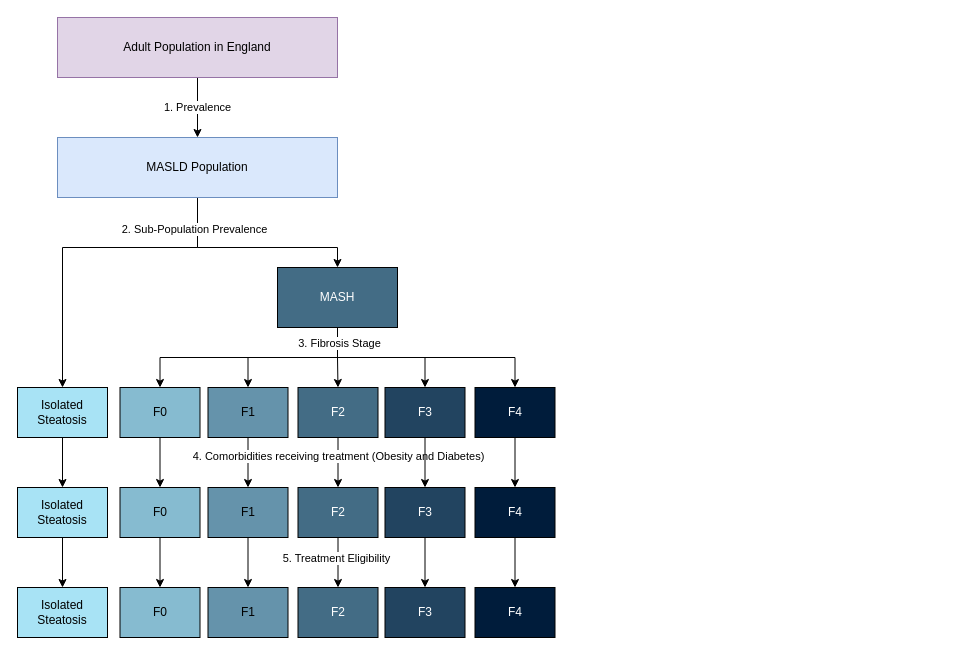
Above: documentation/specification/masld_treatment_modelling_plan.drawio in NHS-Transformation-Unit/masld_treatments_model (draw.io), before the change. Source tidied: cells renumbered, new cells numbered last; positions are measured from the earlier drawing's top-left corner, leaving out a move shared by most shapes. Both pictures are drawn from the tidied source at 100%, with x=0, y=0 at pixel (17, 17).
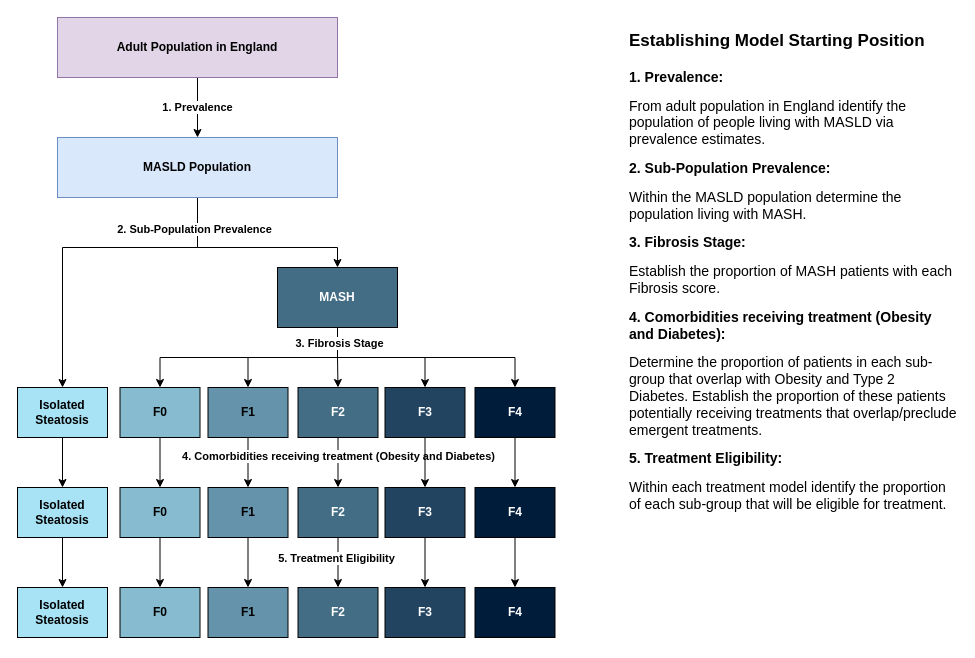
The same diagram, later.

What changed in the source:
```diff
@@
-    <mxCell id="2" value="1. Prevalence" style="edgeStyle=orthogonalEdgeStyle;rounded=0;jettySize=auto;html=1;" parent="1" edge="1" source="3" target="7">
+    <mxCell id="2" value="1. Prevalence" style="edgeStyle=orthogonalEdgeStyle;rounded=0;jettySize=auto;html=1;fontStyle=1;" parent="1" edge="1" source="3" target="7">
       <mxGeometry relative="1" as="geometry" />
     </mxCell>
-    <mxCell id="3" value="Adult Population in England" style="rounded=0;whiteSpace=wrap;html=1;fillColor=#e1d5e7;strokeColor=#9673a6;" parent="1" vertex="1">
+    <mxCell id="3" value="Adult Population in England" style="rounded=0;whiteSpace=wrap;html=1;fillColor=#e1d5e7;strokeColor=#9673a6;fontStyle=1;" parent="1" vertex="1">
       <mxGeometry x="40" width="280" height="60" as="geometry" />
     </mxCell>
-    <mxCell id="4" style="edgeStyle=orthogonalEdgeStyle;rounded=0;jettySize=auto;html=1;entryX=0.5;entryY=0;entryDx=0;entryDy=0;" parent="1" edge="1" source="7" target="16">
+    <mxCell id="4" style="edgeStyle=orthogonalEdgeStyle;rounded=0;jettySize=auto;html=1;entryX=0.5;entryY=0;entryDx=0;entryDy=0;fontStyle=1;" parent="1" edge="1" source="7" target="16">
       <mxGeometry relative="1" as="geometry">
         <Array as="points">
           <mxPoint x="180" y="230" />
           <mxPoint x="320" y="230" />
         </Array>
       </mxGeometry>
     </mxCell>
-    <mxCell id="5" style="edgeStyle=orthogonalEdgeStyle;rounded=0;jettySize=auto;html=1;entryX=0.5;entryY=0;entryDx=0;entryDy=0;" parent="1" edge="1" source="7" target="9">
+    <mxCell id="5" style="edgeStyle=orthogonalEdgeStyle;rounded=0;jettySize=auto;html=1;entryX=0.5;entryY=0;entryDx=0;entryDy=0;fontStyle=1;" parent="1" edge="1" source="7" target="9">
       <mxGeometry relative="1" as="geometry">
         <Array as="points">
           <mxPoint x="180" y="230" />
           <mxPoint x="45" y="230" />
         </Array>
       </mxGeometry>
     </mxCell>
-    <mxCell id="6" value="2. Sub-Population Prevalence" style="edgeLabel;html=1;align=center;verticalAlign=middle;" parent="5" vertex="1">
+    <mxCell id="6" value="2. Sub-Population Prevalence" style="edgeLabel;html=1;align=center;verticalAlign=middle;fontStyle=1;" parent="5" vertex="1">
       <mxGeometry x="-0.81" y="-4" relative="1" as="geometry" />
     </mxCell>
-    <mxCell id="7" value="MASLD Population" style="rounded=0;whiteSpace=wrap;html=1;fillColor=#dae8fc;strokeColor=#6c8ebf;" parent="1" vertex="1">
+    <mxCell id="7" value="MASLD Population" style="rounded=0;whiteSpace=wrap;html=1;fillColor=#dae8fc;strokeColor=#6c8ebf;fontStyle=1;" parent="1" vertex="1">
       <mxGeometry x="40" y="120" width="280" height="60" as="geometry" />
     </mxCell>
-    <mxCell id="8" style="edgeStyle=orthogonalEdgeStyle;rounded=0;jettySize=auto;html=1;entryX=0.5;entryY=0;entryDx=0;entryDy=0;" parent="1" edge="1" source="9" target="29">
+    <mxCell id="8" style="edgeStyle=orthogonalEdgeStyle;rounded=0;jettySize=auto;html=1;entryX=0.5;entryY=0;entryDx=0;entryDy=0;fontStyle=1;" parent="1" edge="1" source="9" target="29">
       <mxGeometry relative="1" as="geometry" />
     </mxCell>
-    <mxCell id="9" value="Isolated Steatosis" style="rounded=0;whiteSpace=wrap;html=1;fillColor=#A8E3F5;" parent="1" vertex="1">
+    <mxCell id="9" value="Isolated Steatosis" style="rounded=0;whiteSpace=wrap;html=1;fillColor=#A8E3F5;fontStyle=1;" parent="1" vertex="1">
       <mxGeometry y="370" width="90" height="50" as="geometry" />
     </mxCell>
-    <mxCell id="10" style="edgeStyle=orthogonalEdgeStyle;rounded=0;jettySize=auto;html=1;entryX=0.5;entryY=0;entryDx=0;entryDy=0;" parent="1" edge="1" source="16" target="23">
+    <mxCell id="10" style="edgeStyle=orthogonalEdgeStyle;rounded=0;jettySize=auto;html=1;entryX=0.5;entryY=0;entryDx=0;entryDy=0;fontStyle=1;" parent="1" edge="1" source="16" target="23">
       <mxGeometry relative="1" as="geometry" />
     </mxCell>
-    <mxCell id="11" style="edgeStyle=orthogonalEdgeStyle;rounded=0;jettySize=auto;html=1;entryX=0.5;entryY=0;entryDx=0;entryDy=0;" parent="1" edge="1" source="16" target="25">
+    <mxCell id="11" style="edgeStyle=orthogonalEdgeStyle;rounded=0;jettySize=auto;html=1;entryX=0.5;entryY=0;entryDx=0;entryDy=0;fontStyle=1;" parent="1" edge="1" source="16" target="25">
       <mxGeometry relative="1" as="geometry" />
     </mxCell>
-    <mxCell id="12" style="edgeStyle=orthogonalEdgeStyle;rounded=0;jettySize=auto;html=1;entryX=0.5;entryY=0;entryDx=0;entryDy=0;exitX=0.5;exitY=1;exitDx=0;exitDy=0;" parent="1" edge="1" source="16" target="27">
+    <mxCell id="12" style="edgeStyle=orthogonalEdgeStyle;rounded=0;jettySize=auto;html=1;entryX=0.5;entryY=0;entryDx=0;entryDy=0;exitX=0.5;exitY=1;exitDx=0;exitDy=0;fontStyle=1;" parent="1" edge="1" source="16" target="27">
       <mxGeometry relative="1" as="geometry" />
     </mxCell>
-    <mxCell id="13" style="edgeStyle=orthogonalEdgeStyle;rounded=0;jettySize=auto;html=1;entryX=0.5;entryY=0;entryDx=0;entryDy=0;" parent="1" edge="1" source="16" target="20">
+    <mxCell id="13" style="edgeStyle=orthogonalEdgeStyle;rounded=0;jettySize=auto;html=1;entryX=0.5;entryY=0;entryDx=0;entryDy=0;fontStyle=1;" parent="1" edge="1" source="16" target="20">
       <mxGeometry relative="1" as="geometry" />
     </mxCell>
-    <mxCell id="14" style="edgeStyle=orthogonalEdgeStyle;rounded=0;jettySize=auto;html=1;entryX=0.5;entryY=0;entryDx=0;entryDy=0;exitX=0.5;exitY=1;exitDx=0;exitDy=0;" parent="1" edge="1" source="16" target="18">
+    <mxCell id="14" style="edgeStyle=orthogonalEdgeStyle;rounded=0;jettySize=auto;html=1;entryX=0.5;entryY=0;entryDx=0;entryDy=0;exitX=0.5;exitY=1;exitDx=0;exitDy=0;fontStyle=1;" parent="1" edge="1" source="16" target="18">
       <mxGeometry relative="1" as="geometry" />
     </mxCell>
-    <mxCell id="15" value="3. Fibrosis Stage" style="edgeLabel;html=1;align=center;verticalAlign=middle;" parent="14" vertex="1">
+    <mxCell id="15" value="3. Fibrosis Stage" style="edgeLabel;html=1;align=center;verticalAlign=middle;fontStyle=1;" parent="14" vertex="1">
       <mxGeometry x="-0.87" y="1" relative="1" as="geometry" />
     </mxCell>
-    <mxCell id="16" value="MASH" style="rounded=0;whiteSpace=wrap;html=1;fillColor=#436C85;fontColor=#FFFFFF;" parent="1" vertex="1">
+    <mxCell id="16" value="MASH" style="rounded=0;whiteSpace=wrap;html=1;fillColor=#436C85;fontColor=#FFFFFF;fontStyle=1;" parent="1" vertex="1">
       <mxGeometry x="260" y="250" width="120" height="60" as="geometry" />
     </mxCell>
-    <mxCell id="17" style="edgeStyle=orthogonalEdgeStyle;rounded=0;jettySize=auto;html=1;entryX=0.5;entryY=0;entryDx=0;entryDy=0;" parent="1" edge="1" source="18" target="31">
+    <mxCell id="17" style="edgeStyle=orthogonalEdgeStyle;rounded=0;jettySize=auto;html=1;entryX=0.5;entryY=0;entryDx=0;entryDy=0;fontStyle=1;" parent="1" edge="1" source="18" target="31">
       <mxGeometry relative="1" as="geometry" />
     </mxCell>
-    <mxCell id="18" value="F0" style="rounded=0;whiteSpace=wrap;html=1;fillColor=#86BBD0;" parent="1" vertex="1">
+    <mxCell id="18" value="F0" style="rounded=0;whiteSpace=wrap;html=1;fillColor=#86BBD0;fontStyle=1;" parent="1" vertex="1">
       <mxGeometry x="102.5" y="370" width="80" height="50" as="geometry" />
     </mxCell>
-    <mxCell id="19" style="edgeStyle=orthogonalEdgeStyle;rounded=0;jettySize=auto;html=1;entryX=0.5;entryY=0;entryDx=0;entryDy=0;" parent="1" edge="1" source="20" target="33">
+    <mxCell id="19" style="edgeStyle=orthogonalEdgeStyle;rounded=0;jettySize=auto;html=1;entryX=0.5;entryY=0;entryDx=0;entryDy=0;fontStyle=1;" parent="1" edge="1" source="20" target="33">
       <mxGeometry relative="1" as="geometry" />
     </mxCell>
-    <mxCell id="20" value="F1" style="rounded=0;whiteSpace=wrap;html=1;fillColor=#6593AB;" parent="1" vertex="1">
+    <mxCell id="20" value="F1" style="rounded=0;whiteSpace=wrap;html=1;fillColor=#6593AB;fontStyle=1;" parent="1" vertex="1">
       <mxGeometry x="190.5" y="370" width="80" height="50" as="geometry" />
     </mxCell>
-    <mxCell id="21" style="edgeStyle=orthogonalEdgeStyle;rounded=0;jettySize=auto;html=1;entryX=0.5;entryY=0;entryDx=0;entryDy=0;" parent="1" edge="1" source="23" target="36">
+    <mxCell id="21" style="edgeStyle=orthogonalEdgeStyle;rounded=0;jettySize=auto;html=1;entryX=0.5;entryY=0;entryDx=0;entryDy=0;fontStyle=1;" parent="1" edge="1" source="23" target="36">
       <mxGeometry relative="1" as="geometry" />
     </mxCell>
-    <mxCell id="22" value="4. Comorbidities receiving treatment (Obesity and Diabetes)" style="edgeLabel;html=1;align=center;verticalAlign=middle;" parent="21" vertex="1">
+    <mxCell id="22" value="4. Comorbidities receiving treatment (Obesity and Diabetes)" style="edgeLabel;html=1;align=center;verticalAlign=middle;fontStyle=1;" parent="21" vertex="1">
       <mxGeometry x="-0.28" y="1" relative="1" as="geometry">
         <mxPoint x="-1" as="offset" />
       </mxGeometry>
     </mxCell>
-    <mxCell id="23" value="F2" style="rounded=0;whiteSpace=wrap;html=1;fillColor=#436C85;fontColor=#FFFFFF;" parent="1" vertex="1">
+    <mxCell id="23" value="F2" style="rounded=0;whiteSpace=wrap;html=1;fillColor=#436C85;fontColor=#FFFFFF;fontStyle=1;" parent="1" vertex="1">
       <mxGeometry x="280.5" y="370" width="80" height="50" as="geometry" />
     </mxCell>
-    <mxCell id="24" style="edgeStyle=orthogonalEdgeStyle;rounded=0;jettySize=auto;html=1;entryX=0.5;entryY=0;entryDx=0;entryDy=0;" parent="1" edge="1" source="25" target="38">
+    <mxCell id="24" style="edgeStyle=orthogonalEdgeStyle;rounded=0;jettySize=auto;html=1;entryX=0.5;entryY=0;entryDx=0;entryDy=0;fontStyle=1;" parent="1" edge="1" source="25" target="38">
       <mxGeometry relative="1" as="geometry" />
     </mxCell>
-    <mxCell id="25" value="F3" style="rounded=0;whiteSpace=wrap;html=1;fillColor=#224460;fontColor=#FFFFFF;" parent="1" vertex="1">
+    <mxCell id="25" value="F3" style="rounded=0;whiteSpace=wrap;html=1;fillColor=#224460;fontColor=#FFFFFF;fontStyle=1;" parent="1" vertex="1">
       <mxGeometry x="367.5" y="370" width="80" height="50" as="geometry" />
     </mxCell>
-    <mxCell id="26" style="edgeStyle=orthogonalEdgeStyle;rounded=0;jettySize=auto;html=1;entryX=0.5;entryY=0;entryDx=0;entryDy=0;" parent="1" edge="1" source="27" target="40">
+    <mxCell id="26" style="edgeStyle=orthogonalEdgeStyle;rounded=0;jettySize=auto;html=1;entryX=0.5;entryY=0;entryDx=0;entryDy=0;fontStyle=1;" parent="1" edge="1" source="27" target="40">
       <mxGeometry relative="1" as="geometry" />
     </mxCell>
-    <mxCell id="27" value="F4" style="rounded=0;whiteSpace=wrap;html=1;fillColor=#001C3B;fontColor=#FFFFFF;" parent="1" vertex="1">
+    <mxCell id="27" value="F4" style="rounded=0;whiteSpace=wrap;html=1;fillColor=#001C3B;fontColor=#FFFFFF;fontStyle=1;" parent="1" vertex="1">
       <mxGeometry x="457.5" y="370" width="80" height="50" as="geometry" />
     </mxCell>
-    <mxCell id="28" style="edgeStyle=orthogonalEdgeStyle;rounded=0;jettySize=auto;html=1;" parent="1" edge="1" source="29" target="41">
+    <mxCell id="28" style="edgeStyle=orthogonalEdgeStyle;rounded=0;jettySize=auto;html=1;fontStyle=1;" parent="1" edge="1" source="29" target="41">
       <mxGeometry relative="1" as="geometry" />
     </mxCell>
-    <mxCell id="29" value="Isolated Steatosis" style="rounded=0;whiteSpace=wrap;html=1;fillColor=#A8E3F5;" parent="1" vertex="1">
+    <mxCell id="29" value="Isolated Steatosis" style="rounded=0;whiteSpace=wrap;html=1;fillColor=#A8E3F5;fontStyle=1;" parent="1" vertex="1">
       <mxGeometry y="470" width="90" height="50" as="geometry" />
     </mxCell>
-    <mxCell id="30" style="edgeStyle=orthogonalEdgeStyle;rounded=0;jettySize=auto;html=1;" parent="1" edge="1" source="31" target="42">
+    <mxCell id="30" style="edgeStyle=orthogonalEdgeStyle;rounded=0;jettySize=auto;html=1;fontStyle=1;" parent="1" edge="1" source="31" target="42">
       <mxGeometry relative="1" as="geometry" />
     </mxCell>
-    <mxCell id="31" value="F0" style="rounded=0;whiteSpace=wrap;html=1;fillColor=#86BBD0;" parent="1" vertex="1">
+    <mxCell id="31" value="F0" style="rounded=0;whiteSpace=wrap;html=1;fillColor=#86BBD0;fontStyle=1;" parent="1" vertex="1">
       <mxGeometry x="102.5" y="470" width="80" height="50" as="geometry" />
     </mxCell>
-    <mxCell id="32" style="edgeStyle=orthogonalEdgeStyle;rounded=0;jettySize=auto;html=1;" parent="1" edge="1" source="33" target="43">
+    <mxCell id="32" style="edgeStyle=orthogonalEdgeStyle;rounded=0;jettySize=auto;html=1;fontStyle=1;" parent="1" edge="1" source="33" target="43">
       <mxGeometry relative="1" as="geometry" />
     </mxCell>
-    <mxCell id="33" value="F1" style="rounded=0;whiteSpace=wrap;html=1;fillColor=#6593AB;" parent="1" vertex="1">
+    <mxCell id="33" value="F1" style="rounded=0;whiteSpace=wrap;html=1;fillColor=#6593AB;fontStyle=1;" parent="1" vertex="1">
       <mxGeometry x="190.5" y="470" width="80" height="50" as="geometry" />
     </mxCell>
-    <mxCell id="34" style="edgeStyle=orthogonalEdgeStyle;rounded=0;jettySize=auto;html=1;" parent="1" edge="1" source="36" target="44">
+    <mxCell id="34" style="edgeStyle=orthogonalEdgeStyle;rounded=0;jettySize=auto;html=1;fontStyle=1;" parent="1" edge="1" source="36" target="44">
       <mxGeometry relative="1" as="geometry" />
     </mxCell>
-    <mxCell id="35" value="5. Treatment Eligibility" style="edgeLabel;html=1;align=center;verticalAlign=middle;" parent="34" vertex="1">
+    <mxCell id="35" value="5. Treatment Eligibility" style="edgeLabel;html=1;align=center;verticalAlign=middle;fontStyle=1;" parent="34" vertex="1">
       <mxGeometry x="-0.2" y="-2" relative="1" as="geometry" />
     </mxCell>
-    <mxCell id="36" value="F2" style="rounded=0;whiteSpace=wrap;html=1;fillColor=#436C85;fontColor=#FFFFFF;" parent="1" vertex="1">
+    <mxCell id="36" value="F2" style="rounded=0;whiteSpace=wrap;html=1;fillColor=#436C85;fontColor=#FFFFFF;fontStyle=1;" parent="1" vertex="1">
       <mxGeometry x="280.5" y="470" width="80" height="50" as="geometry" />
     </mxCell>
-    <mxCell id="37" style="edgeStyle=orthogonalEdgeStyle;rounded=0;jettySize=auto;html=1;" parent="1" edge="1" source="38" target="45">
+    <mxCell id="37" style="edgeStyle=orthogonalEdgeStyle;rounded=0;jettySize=auto;html=1;fontStyle=1;" parent="1" edge="1" source="38" target="45">
       <mxGeometry relative="1" as="geometry" />
     </mxCell>
-    <mxCell id="38" value="F3" style="rounded=0;whiteSpace=wrap;html=1;fillColor=#224460;fontColor=#FFFFFF;" parent="1" vertex="1">
+    <mxCell id="38" value="F3" style="rounded=0;whiteSpace=wrap;html=1;fillColor=#224460;fontColor=#FFFFFF;fontStyle=1;" parent="1" vertex="1">
       <mxGeometry x="367.5" y="470" width="80" height="50" as="geometry" />
     </mxCell>
-    <mxCell id="39" style="edgeStyle=orthogonalEdgeStyle;rounded=0;jettySize=auto;html=1;" parent="1" edge="1" source="40" target="46">
+    <mxCell id="39" style="edgeStyle=orthogonalEdgeStyle;rounded=0;jettySize=auto;html=1;fontStyle=1;" parent="1" edge="1" source="40" target="46">
       <mxGeometry relative="1" as="geometry" />
     </mxCell>
-    <mxCell id="40" value="F4" style="rounded=0;whiteSpace=wrap;html=1;fillColor=#001C3B;fontColor=#FFFFFF;" parent="1" vertex="1">
+    <mxCell id="40" value="F4" style="rounded=0;whiteSpace=wrap;html=1;fillColor=#001C3B;fontColor=#FFFFFF;fontStyle=1;" parent="1" vertex="1">
       <mxGeometry x="457.5" y="470" width="80" height="50" as="geometry" />
     </mxCell>
-    <mxCell id="41" value="Isolated Steatosis" style="rounded=0;whiteSpace=wrap;html=1;fillColor=#A8E3F5;" parent="1" vertex="1">
+    <mxCell id="41" value="Isolated Steatosis" style="rounded=0;whiteSpace=wrap;html=1;fillColor=#A8E3F5;fontStyle=1;" parent="1" vertex="1">
       <mxGeometry y="570" width="90" height="50" as="geometry" />
     </mxCell>
-    <mxCell id="42" value="F0" style="rounded=0;whiteSpace=wrap;html=1;fillColor=#86BBD0;" parent="1" vertex="1">
+    <mxCell id="42" value="F0" style="rounded=0;whiteSpace=wrap;html=1;fillColor=#86BBD0;fontStyle=1;" parent="1" vertex="1">
       <mxGeometry x="102.5" y="570" width="80" height="50" as="geometry" />
     </mxCell>
-    <mxCell id="43" value="F1" style="rounded=0;whiteSpace=wrap;html=1;fillColor=#6593AB;" parent="1" vertex="1">
+    <mxCell id="43" value="F1" style="rounded=0;whiteSpace=wrap;html=1;fillColor=#6593AB;fontStyle=1;" parent="1" vertex="1">
       <mxGeometry x="190.5" y="570" width="80" height="50" as="geometry" />
     </mxCell>
-    <mxCell id="44" value="F2" style="rounded=0;whiteSpace=wrap;html=1;fillColor=#436C85;fontColor=#FFFFFF;" parent="1" vertex="1">
+    <mxCell id="44" value="F2" style="rounded=0;whiteSpace=wrap;html=1;fillColor=#436C85;fontColor=#FFFFFF;fontStyle=1;" parent="1" vertex="1">
       <mxGeometry x="280.5" y="570" width="80" height="50" as="geometry" />
     </mxCell>
-    <mxCell id="45" value="F3" style="rounded=0;whiteSpace=wrap;html=1;fillColor=#224460;fontColor=#FFFFFF;" parent="1" vertex="1">
+    <mxCell id="45" value="F3" style="rounded=0;whiteSpace=wrap;html=1;fillColor=#224460;fontColor=#FFFFFF;fontStyle=1;" parent="1" vertex="1">
       <mxGeometry x="367.5" y="570" width="80" height="50" as="geometry" />
     </mxCell>
-    <mxCell id="46" value="F4" style="rounded=0;whiteSpace=wrap;html=1;fillColor=#001C3B;fontColor=#FFFFFF;" parent="1" vertex="1">
+    <mxCell id="46" value="F4" style="rounded=0;whiteSpace=wrap;html=1;fillColor=#001C3B;fontColor=#FFFFFF;fontStyle=1;" parent="1" vertex="1">
       <mxGeometry x="457.5" y="570" width="80" height="50" as="geometry" />
     </mxCell>
+    <mxCell id="47" value="&lt;h1 style=&quot;margin-top: 0px;&quot;&gt;&lt;font style=&quot;font-size: 17px;&quot;&gt;Establishing Model Starting Position&lt;/font&gt;&lt;/h1&gt;&lt;p&gt;&lt;b&gt;&lt;font style=&quot;font-size: 14px;&quot;&gt;1. Prevalence:&lt;/font&gt;&lt;/b&gt;&lt;/p&gt;&lt;p&gt;&lt;font style=&quot;font-size: 14px;&quot;&gt;From adult population in England identify the population of people living with MASLD via prevalence estimates.&lt;/font&gt;&lt;/p&gt;&lt;p&gt;&lt;b&gt;&lt;font style=&quot;font-size: 14px;&quot;&gt;2. Sub-Population Prevalence:&lt;/font&gt;&lt;/b&gt;&lt;/p&gt;&lt;p&gt;&lt;font style=&quot;font-size: 14px;&quot;&gt;Within the MASLD population determine the population living with MASH.&lt;/font&gt;&lt;/p&gt;&lt;p&gt;&lt;b&gt;&lt;font style=&quot;font-size: 14px;&quot;&gt;3. Fibrosis Stage:&lt;/font&gt;&lt;/b&gt;&lt;/p&gt;&lt;p&gt;&lt;font style=&quot;font-size: 14px;&quot;&gt;Establish the proportion of MASH patients with each Fibrosis score.&lt;/font&gt;&lt;/p&gt;&lt;p&gt;&lt;b&gt;&lt;font style=&quot;font-size: 14px;&quot;&gt;4. Comorbidities receiving treatment (Obesity and Diabetes):&lt;/font&gt;&lt;/b&gt;&lt;/p&gt;&lt;p&gt;&lt;font style=&quot;font-size: 14px;&quot;&gt;Determine the proportion of patients in each sub-group that overlap with Obesity and Type 2 Diabetes. Establish the proportion of these patients potentially receiving treatments that overlap/preclude emergent treatments.&lt;/font&gt;&lt;/p&gt;&lt;p&gt;&lt;b&gt;&lt;font style=&quot;font-size: 14px;&quot;&gt;5. Treatment Eligibility:&lt;/font&gt;&lt;/b&gt;&lt;/p&gt;&lt;p&gt;&lt;font style=&quot;font-size: 14px;&quot;&gt;Within each treatment model identify the proportion of each sub-group that will be eligible for treatment.&lt;/font&gt;&lt;/p&gt;" style="text;html=1;whiteSpace=wrap;overflow=hidden;rounded=0;" parent="1" vertex="1">
+      <mxGeometry x="610" width="330" height="620" as="geometry" />
+    </mxCell>
```
